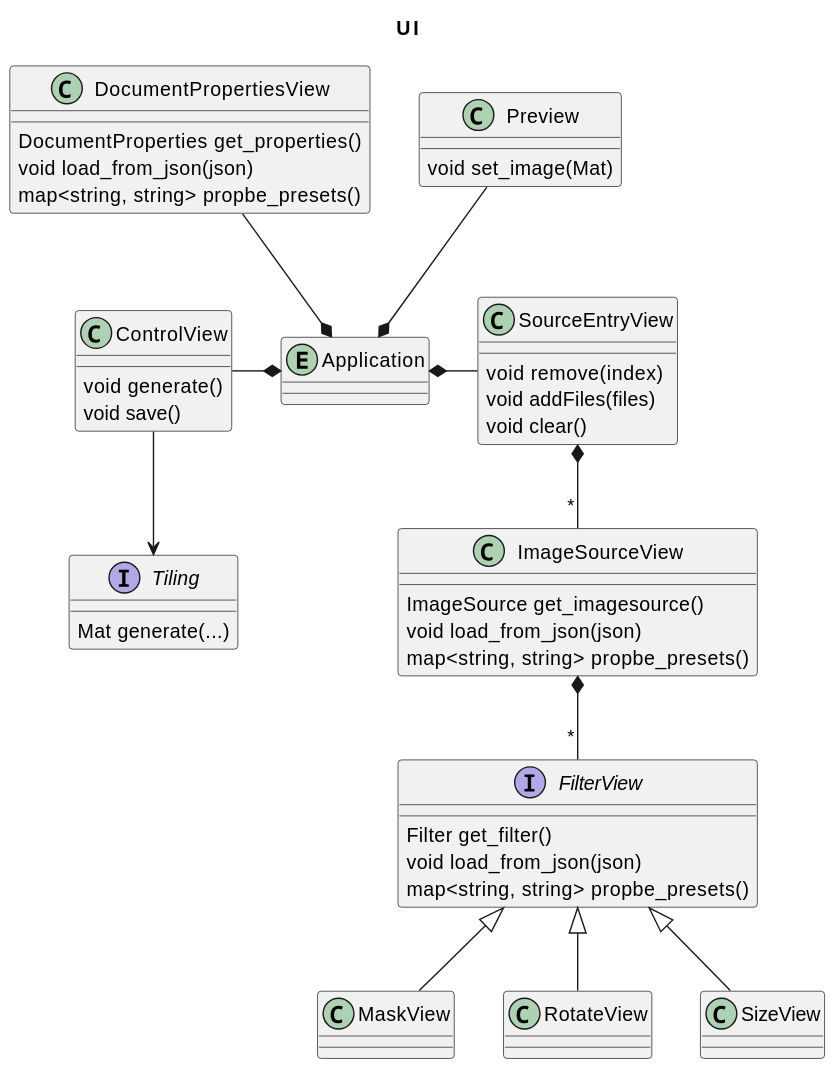
This is doc/figures/uml/ui.svg from Gilgames32/printf, a PlantUML export, as it was before one commit.
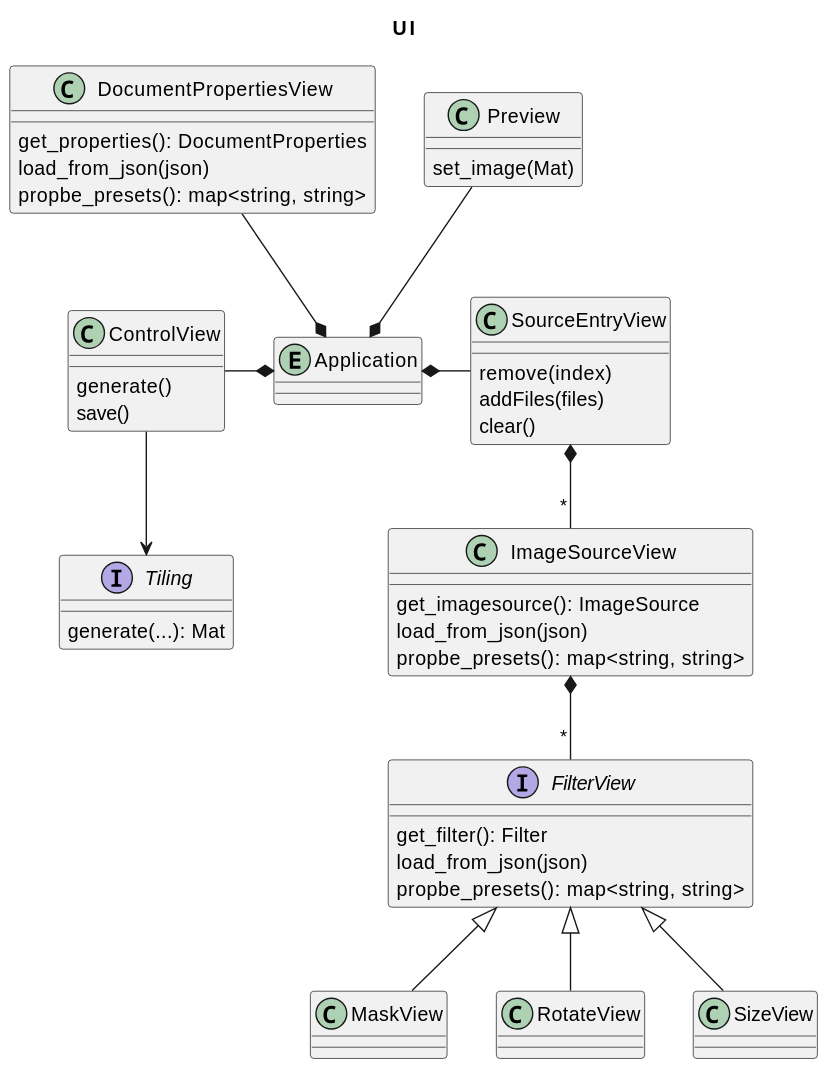
The same file after the commit.

Change to the diagram source:
```diff
@@ -6,23 +6,23 @@
 
 
 class SourceEntryView {
-    void remove(index)
-    void addFiles(files)
-    void clear()
+    remove(index)
+    addFiles(files)
+    clear()
 }
 Application *- SourceEntryView
 
 class ImageSourceView {
-    ImageSource get_imagesource()
-    void load_from_json(json)
-    map<string, string> propbe_presets()
+    get_imagesource(): ImageSource
+    load_from_json(json)
+    propbe_presets(): map<string, string>
 }
 SourceEntryView *-- "*" ImageSourceView
 
 interface FilterView {
-    Filter get_filter()
-    void load_from_json(json)
-    map<string, string> propbe_presets()
+    get_filter(): Filter
+    load_from_json(json)
+    propbe_presets(): map<string, string>
 }
 ImageSourceView *-- "*" FilterView
 
@@ -40,27 +40,27 @@
 
 
 class DocumentPropertiesView {
-    DocumentProperties get_properties()
-    void load_from_json(json)
-    map<string, string> propbe_presets()
+    get_properties(): DocumentProperties
+    load_from_json(json)
+    propbe_presets(): map<string, string>
 }
 DocumentPropertiesView --* Application
 
 
 class ControlView {
-    void generate()
-    void save()
+    generate()
+    save()
 }
 ControlView -* Application
 
 class Preview{
-    void set_image(Mat)
+    set_image(Mat)
 }
 Preview --* Application
 
 
 interface Tiling {
-    Mat generate(...)
+    generate(...): Mat
 }
 ControlView --> Tiling
 @enduml
```
